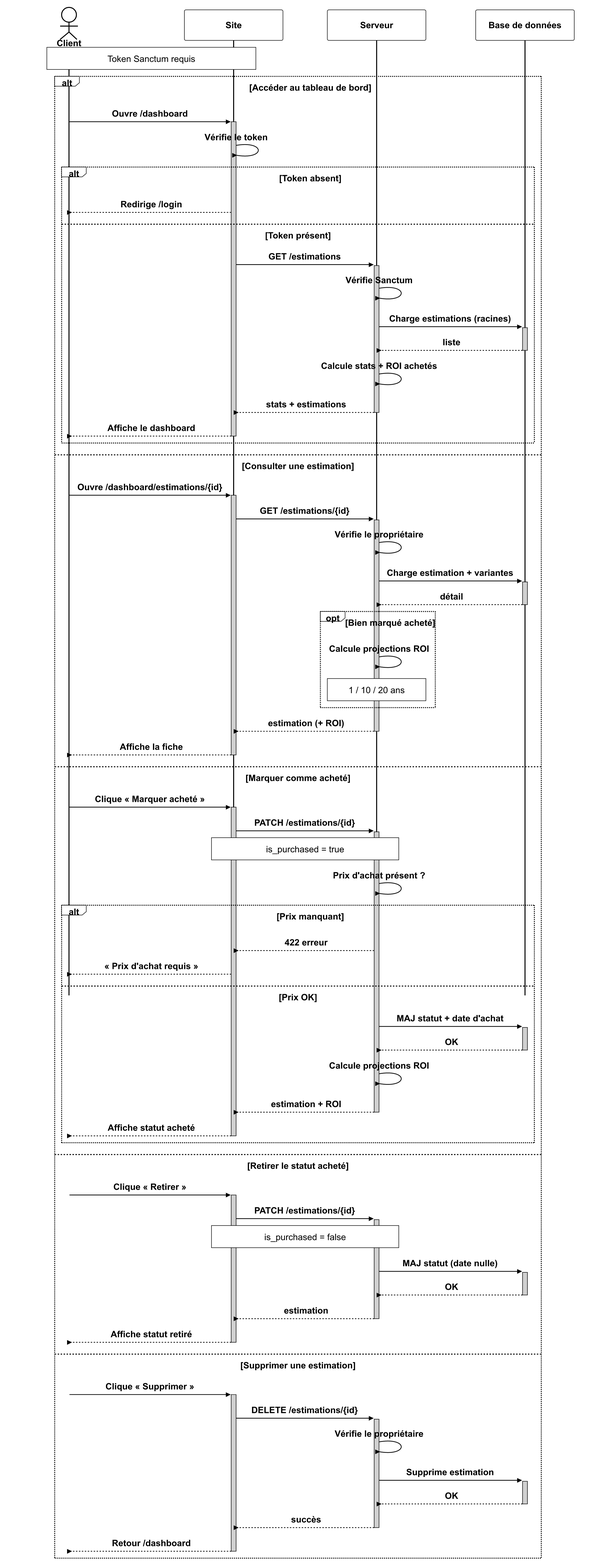
Earlier version of the Mermaid export conception/uml/07-sequence-dashboard-investisseur.png (YassineToumy/rentvly). Its source is kept beside it as conception/uml/07-sequence-dashboard-investisseur.mmd.
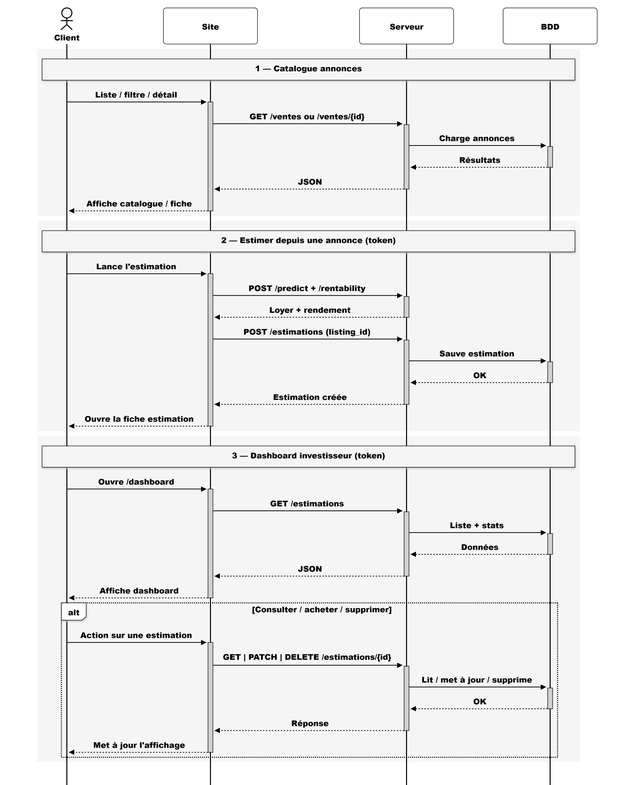
After the change.

Change to the diagram source:
```diff
@@ -2,8 +2,8 @@
 %%{init: {
   'theme': 'base',
   'themeVariables': {
-    'fontFamily': 'Arial Black, Arial, Helvetica, sans-serif',
-    'fontSize': '24px',
+    'fontFamily': 'Arial, Helvetica, sans-serif',
+    'fontSize': '22px',
     'background': '#ffffff',
     'mainBkg': '#ffffff',
     'textColor': '#000000',
@@ -23,26 +23,26 @@
     'labelBoxBorderColor': '#000000',
     'labelTextColor': '#000000',
     'loopTextColor': '#000000',
-    'noteBkgColor': '#ffffff',
+    'noteBkgColor': '#f5f5f5',
     'noteTextColor': '#000000',
     'noteBorderColor': '#000000',
     'activationBkgColor': '#d0d0d0',
     'activationBorderColor': '#000000',
     'sequenceNumberColor': '#ffffff'
   },
-  'themeCSS': 'text, tspan, .actor, .messageText, .noteText, .loopText, .labelText, .sequenceNumber { font-weight: 700 !important; font-family: Arial, Helvetica, sans-serif !important; }',
+  'themeCSS': 'text, tspan, .actor, .messageText, .noteText, .loopText, .labelText, .titleText { font-weight: 900 !important; font-family: Arial Black, Arial, Helvetica, sans-serif !important; }',
   'sequence': {
     'diagramMarginX': 40,
-    'diagramMarginY': 20,
-    'actorMargin': 90,
-    'width': 200,
-    'height': 62,
-    'boxMargin': 14,
-    'boxTextMargin': 10,
-    'noteMargin': 14,
-    'messageMargin': 52,
+    'diagramMarginY': 16,
+    'actorMargin': 100,
+    'width': 190,
+    'height': 52,
+    'boxMargin': 10,
+    'boxTextMargin': 6,
+    'noteMargin': 10,
+    'messageMargin': 36,
     'mirrorActors': false,
-    'bottomMarginAdj': 10,
+    'bottomMarginAdj': 8,
     'useMaxWidth': false,
     'rightAngles': false,
     'showSequenceNumbers': false
@@ -53,69 +53,45 @@
     actor C as Client
     participant S as Site
     participant W as Serveur
-    participant D as Base de données
+    participant D as BDD
 
-    Note over C,S: Token Sanctum requis
+    rect rgb(245, 245, 245)
+    Note over C,D: 1 — Catalogue annonces
+    C->>+S: Liste / filtre / détail
+    S->>+W: GET /ventes ou /ventes/{id}
+    W->>+D: Charge annonces
+    D-->>-W: Résultats
+    W-->>-S: JSON
+    S-->>-C: Affiche catalogue / fiche
+    end
 
-    alt Accéder au tableau de bord
-        C->>+S: Ouvre /dashboard
-        S->>S: Vérifie le token
-        alt Token absent
-            S-->>C: Redirige /login
-        else Token présent
-            S->>+W: GET /estimations
-            W->>W: Vérifie Sanctum
-            W->>+D: Charge estimations (racines)
-            D-->>-W: liste
-            W->>W: Calcule stats + ROI achetés
-            W-->>-S: stats + estimations
-            S-->>-C: Affiche le dashboard
-        end
+    rect rgb(245, 245, 245)
+    Note over C,D: 2 — Estimer depuis une annonce (token)
+    C->>+S: Lance l'estimation
+    S->>+W: POST /predict + /rentability
+    W-->>-S: Loyer + rendement
+    S->>+W: POST /estimations (listing_id)
+    W->>+D: Sauve estimation
+    D-->>-W: OK
+    W-->>-S: Estimation créée
+    S-->>-C: Ouvre la fiche estimation
+    end
 
-    else Consulter une estimation
-        C->>+S: Ouvre /dashboard/estimations/{id}
-        S->>+W: GET /estimations/{id}
-        W->>W: Vérifie le propriétaire
-        W->>+D: Charge estimation + variantes
-        D-->>-W: détail
-        opt Bien marqué acheté
-            W->>W: Calcule projections ROI
-            Note over W: 1 / 10 / 20 ans
-        end
-        W-->>-S: estimation (+ ROI)
-        S-->>-C: Affiche la fiche
+    rect rgb(245, 245, 245)
+    Note over C,D: 3 — Dashboard investisseur (token)
+    C->>+S: Ouvre /dashboard
+    S->>+W: GET /estimations
+    W->>+D: Liste + stats
+    D-->>-W: Données
+    W-->>-S: JSON
+    S-->>-C: Affiche dashboard
 
-    else Marquer comme acheté
-        C->>+S: Clique « Marquer acheté »
-        S->>+W: PATCH /estimations/{id}
-        Note over S,W: is_purchased = true
-        W->>W: Prix d'achat présent ?
-        alt Prix manquant
-            W-->>S: 422 erreur
-            S-->>C: « Prix d'achat requis »
-        else Prix OK
-            W->>+D: MAJ statut + date d'achat
-            D-->>-W: OK
-            W->>W: Calcule projections ROI
-            W-->>-S: estimation + ROI
-            S-->>-C: Affiche statut acheté
-        end
-
-    else Retirer le statut acheté
-        C->>+S: Clique « Retirer »
-        S->>+W: PATCH /estimations/{id}
-        Note over S,W: is_purchased = false
-        W->>+D: MAJ statut (date nulle)
+    alt Consulter / acheter / supprimer
+        C->>+S: Action sur une estimation
+        S->>+W: GET | PATCH | DELETE /estimations/{id}
+        W->>+D: Lit / met à jour / supprime
         D-->>-W: OK
-        W-->>-S: estimation
-        S-->>-C: Affiche statut retiré
-
-    else Supprimer une estimation
-        C->>+S: Clique « Supprimer »
-        S->>+W: DELETE /estimations/{id}
-        W->>W: Vérifie le propriétaire
-        W->>+D: Supprime estimation
-        D-->>-W: OK
-        W-->>-S: succès
-        S-->>-C: Retour /dashboard
+        W-->>-S: Réponse
+        S-->>-C: Met à jour l'affichage
     end
+    end
```
